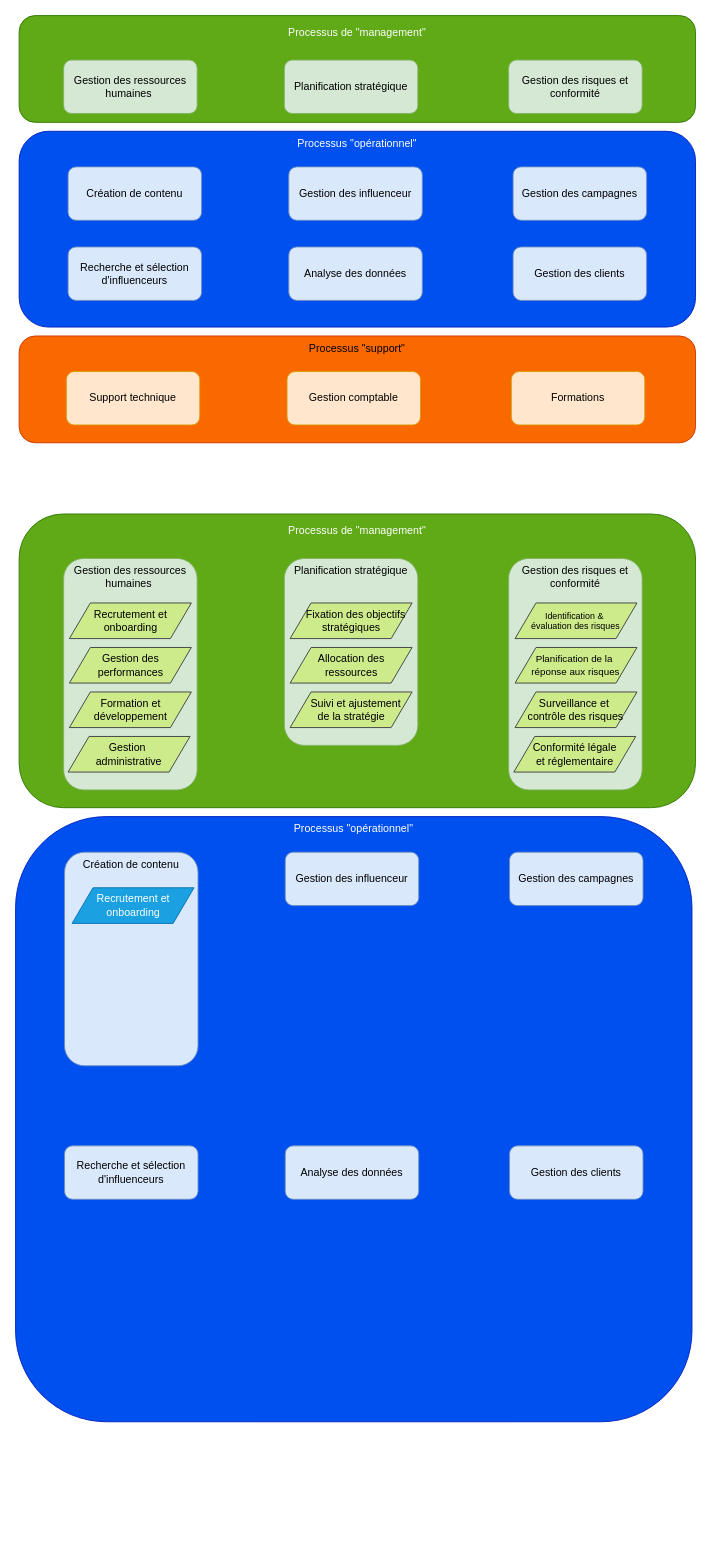
This is Diagramme sans nom.drawio from yheguy/POEC, a draw.io file, before an edit. Source tidied: cells renumbered, new cells numbered last; positions are measured from the earlier drawing's top-left corner, leaving out a move shared by most shapes. Both pictures are drawn from the tidied source at 89%, with x=0, y=0 at pixel (15, 15).
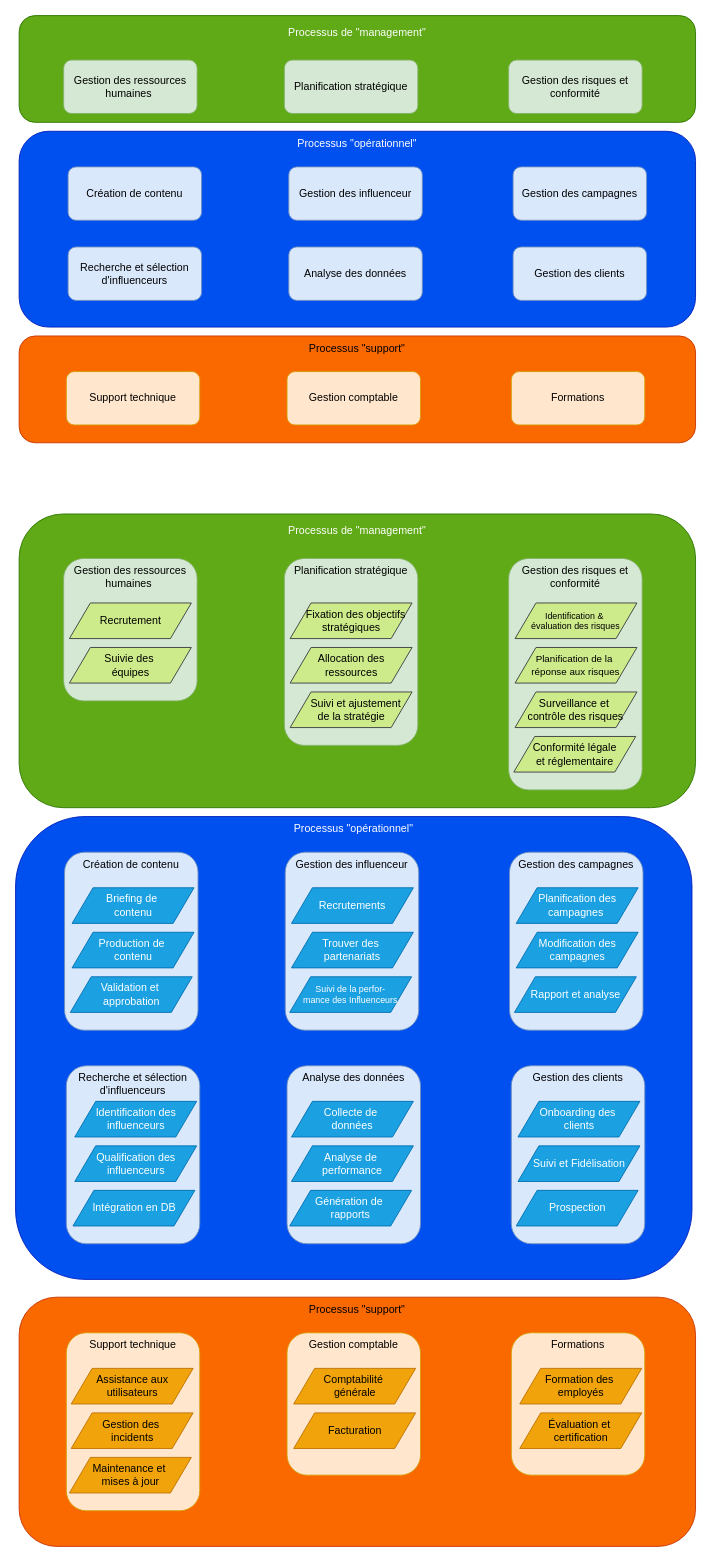
The same diagram, later.

Commit message:
Mettre à jour Diagramme sans nom.drawio

Change to the diagram source:
```diff
@@
     <mxCell id="18" value="Gestion des ressources humaines&amp;nbsp;" style="rounded=1;whiteSpace=wrap;html=1;fillColor=#d5e8d4;strokeColor=#82b366;verticalAlign=top;" parent="1" vertex="1">
-      <mxGeometry x="54" y="610" width="150" height="260" as="geometry" />
+      <mxGeometry x="54" y="610" width="150" height="160" as="geometry" />
     </mxCell>
@@
-    <mxCell id="21" value="Recrutement et onboarding" style="shape=parallelogram;perimeter=parallelogramPerimeter;whiteSpace=wrap;html=1;fixedSize=1;size=23.5;fillColor=#cdeb8b;strokeColor=#36393d;" parent="1" vertex="1">
+    <mxCell id="21" value="Recrutement" style="shape=parallelogram;perimeter=parallelogramPerimeter;whiteSpace=wrap;html=1;fixedSize=1;size=23.5;fillColor=#cdeb8b;strokeColor=#36393d;" parent="1" vertex="1">
       <mxGeometry x="60.5" y="660" width="137" height="40" as="geometry" />
     </mxCell>
-    <mxCell id="22" value="Gestion des performances" style="shape=parallelogram;perimeter=parallelogramPerimeter;whiteSpace=wrap;html=1;fixedSize=1;size=23.5;fillColor=#cdeb8b;strokeColor=#36393d;" parent="1" vertex="1">
+    <mxCell id="22" value="Suivie des&amp;nbsp;&lt;div&gt;équipes&lt;/div&gt;" style="shape=parallelogram;perimeter=parallelogramPerimeter;whiteSpace=wrap;html=1;fixedSize=1;size=23.5;fillColor=#cdeb8b;strokeColor=#36393d;" parent="1" vertex="1">
       <mxGeometry x="60.5" y="710" width="137" height="40" as="geometry" />
     </mxCell>
-    <mxCell id="23" value="Formation et développement" style="shape=parallelogram;perimeter=parallelogramPerimeter;whiteSpace=wrap;html=1;fixedSize=1;size=23.5;fillColor=#cdeb8b;strokeColor=#36393d;" parent="1" vertex="1">
-      <mxGeometry x="60.5" y="760" width="137" height="40" as="geometry" />
-    </mxCell>
-    <mxCell id="24" value="Gestion&amp;nbsp;&lt;div&gt;administrative&lt;/div&gt;" style="shape=parallelogram;perimeter=parallelogramPerimeter;whiteSpace=wrap;html=1;fixedSize=1;size=23.5;fillColor=#cdeb8b;strokeColor=#36393d;" parent="1" vertex="1">
-      <mxGeometry x="59" y="810" width="137" height="40" as="geometry" />
-    </mxCell>
@@
     <mxCell id="32" value="Processus &quot;opérationnel&quot;" style="rounded=1;whiteSpace=wrap;html=1;fillColor=#0050ef;fontColor=#ffffff;strokeColor=#001DBC;verticalAlign=top;" parent="1" vertex="1">
-      <mxGeometry y="900" width="760" height="680" as="geometry" />
+      <mxGeometry y="900" width="760" height="520" as="geometry" />
     </mxCell>
     <mxCell id="33" value="Création de contenu" style="rounded=1;whiteSpace=wrap;html=1;fillColor=#dae8fc;strokeColor=#6c8ebf;verticalAlign=top;" parent="1" vertex="1">
-      <mxGeometry x="55" y="940" width="150" height="240" as="geometry" />
+      <mxGeometry x="55" y="940" width="150" height="200" as="geometry" />
     </mxCell>
-    <mxCell id="34" value="Gestion des influenceur" style="rounded=1;whiteSpace=wrap;html=1;fillColor=#dae8fc;strokeColor=#6c8ebf;" parent="1" vertex="1">
-      <mxGeometry x="303" y="940" width="150" height="60" as="geometry" />
+    <mxCell id="34" value="Gestion des influenceur" style="rounded=1;whiteSpace=wrap;html=1;fillColor=#dae8fc;strokeColor=#6c8ebf;verticalAlign=top;" parent="1" vertex="1">
+      <mxGeometry x="303" y="940" width="150" height="200" as="geometry" />
     </mxCell>
-    <mxCell id="35" value="Gestion des campagnes" style="rounded=1;whiteSpace=wrap;html=1;fillColor=#dae8fc;strokeColor=#6c8ebf;" parent="1" vertex="1">
-      <mxGeometry x="555" y="940" width="150" height="60" as="geometry" />
+    <mxCell id="35" value="Gestion des campagnes" style="rounded=1;whiteSpace=wrap;html=1;fillColor=#dae8fc;strokeColor=#6c8ebf;verticalAlign=top;" parent="1" vertex="1">
+      <mxGeometry x="555" y="940" width="150" height="200" as="geometry" />
     </mxCell>
-    <mxCell id="36" value="Recherche et sélection d'influenceurs" style="rounded=1;whiteSpace=wrap;html=1;fillColor=#dae8fc;strokeColor=#6c8ebf;" parent="1" vertex="1">
-      <mxGeometry x="55" y="1270" width="150" height="60" as="geometry" />
+    <mxCell id="36" value="Recherche et sélection d'influenceurs" style="rounded=1;whiteSpace=wrap;html=1;fillColor=#dae8fc;strokeColor=#6c8ebf;verticalAlign=top;" parent="1" vertex="1">
+      <mxGeometry x="57" y="1180" width="150" height="200" as="geometry" />
     </mxCell>
-    <mxCell id="37" value="Analyse des données" style="rounded=1;whiteSpace=wrap;html=1;fillColor=#dae8fc;strokeColor=#6c8ebf;" parent="1" vertex="1">
-      <mxGeometry x="303" y="1270" width="150" height="60" as="geometry" />
+    <mxCell id="37" value="Analyse des données" style="rounded=1;whiteSpace=wrap;html=1;fillColor=#dae8fc;strokeColor=#6c8ebf;verticalAlign=top;" parent="1" vertex="1">
+      <mxGeometry x="305" y="1180" width="150" height="200" as="geometry" />
     </mxCell>
-    <mxCell id="38" value="Gestion des clients" style="rounded=1;whiteSpace=wrap;html=1;fillColor=#dae8fc;strokeColor=#6c8ebf;" parent="1" vertex="1">
-      <mxGeometry x="555" y="1270" width="150" height="60" as="geometry" />
+    <mxCell id="38" value="Gestion des clients" style="rounded=1;whiteSpace=wrap;html=1;fillColor=#dae8fc;strokeColor=#6c8ebf;verticalAlign=top;" parent="1" vertex="1">
+      <mxGeometry x="557" y="1180" width="150" height="200" as="geometry" />
     </mxCell>
-    <mxCell id="39" value="Recrutement et onboarding" style="shape=parallelogram;perimeter=parallelogramPerimeter;whiteSpace=wrap;html=1;fixedSize=1;size=23.5;fillColor=#1ba1e2;strokeColor=#006EAF;fontColor=#ffffff;" parent="1" vertex="1">
+    <mxCell id="39" value="Briefing de&amp;nbsp;&lt;div&gt;contenu&lt;/div&gt;" style="shape=parallelogram;perimeter=parallelogramPerimeter;whiteSpace=wrap;html=1;fixedSize=1;size=23.5;fillColor=#1ba1e2;strokeColor=#006EAF;fontColor=#ffffff;" parent="1" vertex="1">
       <mxGeometry x="63.5" y="980" width="137" height="40" as="geometry" />
     </mxCell>
+    <mxCell id="40" value="Production de&amp;nbsp;&lt;div&gt;contenu&lt;br&gt;&lt;/div&gt;" style="shape=parallelogram;perimeter=parallelogramPerimeter;whiteSpace=wrap;html=1;fixedSize=1;size=23.5;fillColor=#1ba1e2;strokeColor=#006EAF;fontColor=#ffffff;" parent="1" vertex="1">
+      <mxGeometry x="63.5" y="1030" width="137" height="40" as="geometry" />
+    </mxCell>
+    <mxCell id="41" value="Validation et&amp;nbsp;&lt;div&gt;approbation&lt;br&gt;&lt;/div&gt;" style="shape=parallelogram;perimeter=parallelogramPerimeter;whiteSpace=wrap;html=1;fixedSize=1;size=23.5;fillColor=#1ba1e2;strokeColor=#006EAF;fontColor=#ffffff;" parent="1" vertex="1">
+      <mxGeometry x="61.5" y="1080" width="137" height="40" as="geometry" />
+    </mxCell>
+    <mxCell id="42" style="edgeStyle=orthogonalEdgeStyle;rounded=0;orthogonalLoop=1;jettySize=auto;html=1;exitX=0.5;exitY=1;exitDx=0;exitDy=0;" parent="1" edge="1" source="33" target="33">
+      <mxGeometry relative="1" as="geometry" />
+    </mxCell>
+    <mxCell id="43" value="Recrutements" style="shape=parallelogram;perimeter=parallelogramPerimeter;whiteSpace=wrap;html=1;fixedSize=1;size=23.5;fillColor=#1ba1e2;strokeColor=#006EAF;fontColor=#ffffff;" parent="1" vertex="1">
+      <mxGeometry x="310" y="980" width="137" height="40" as="geometry" />
+    </mxCell>
+    <mxCell id="44" value="&lt;div&gt;Trouver des&amp;nbsp;&lt;/div&gt;&lt;div&gt;partenariats&lt;/div&gt;" style="shape=parallelogram;perimeter=parallelogramPerimeter;whiteSpace=wrap;html=1;fixedSize=1;size=23.5;fillColor=#1ba1e2;strokeColor=#006EAF;fontColor=#ffffff;" parent="1" vertex="1">
+      <mxGeometry x="310" y="1030" width="137" height="40" as="geometry" />
+    </mxCell>
+    <mxCell id="45" value="&lt;div style=&quot;font-size: 10px;&quot;&gt;Suivi de la&amp;nbsp;&lt;span style=&quot;background-color: initial; font-size: 10px;&quot;&gt;perfor-&lt;/span&gt;&lt;/div&gt;&lt;div style=&quot;font-size: 10px;&quot;&gt;&lt;span style=&quot;background-color: initial; font-size: 10px;&quot;&gt;mance des Influenceurs&lt;/span&gt;&lt;/div&gt;" style="shape=parallelogram;perimeter=parallelogramPerimeter;whiteSpace=wrap;html=1;fixedSize=1;size=23.5;fillColor=#1ba1e2;strokeColor=#006EAF;fontColor=#ffffff;fontSize=10;" parent="1" vertex="1">
+      <mxGeometry x="308" y="1080" width="137" height="40" as="geometry" />
+    </mxCell>
+    <mxCell id="46" value="Planification des campagnes&amp;nbsp;" style="shape=parallelogram;perimeter=parallelogramPerimeter;whiteSpace=wrap;html=1;fixedSize=1;size=23.5;fillColor=#1ba1e2;strokeColor=#006EAF;fontColor=#ffffff;" parent="1" vertex="1">
+      <mxGeometry x="562.5" y="980" width="137" height="40" as="geometry" />
+    </mxCell>
+    <mxCell id="47" value="&lt;div&gt;Modification des campagnes&lt;/div&gt;" style="shape=parallelogram;perimeter=parallelogramPerimeter;whiteSpace=wrap;html=1;fixedSize=1;size=23.5;fillColor=#1ba1e2;strokeColor=#006EAF;fontColor=#ffffff;" parent="1" vertex="1">
+      <mxGeometry x="562.5" y="1030" width="137" height="40" as="geometry" />
+    </mxCell>
+    <mxCell id="48" value="&lt;div&gt;Rapport et analyse&lt;br&gt;&lt;/div&gt;" style="shape=parallelogram;perimeter=parallelogramPerimeter;whiteSpace=wrap;html=1;fixedSize=1;size=23.5;fillColor=#1ba1e2;strokeColor=#006EAF;fontColor=#ffffff;" parent="1" vertex="1">
+      <mxGeometry x="560.5" y="1080" width="137" height="40" as="geometry" />
+    </mxCell>
+    <mxCell id="49" value="Identification des influenceurs" style="shape=parallelogram;perimeter=parallelogramPerimeter;whiteSpace=wrap;html=1;fixedSize=1;size=23.5;fillColor=#1ba1e2;strokeColor=#006EAF;fontColor=#ffffff;" parent="1" vertex="1">
+      <mxGeometry x="66.5" y="1220" width="137" height="40" as="geometry" />
+    </mxCell>
+    <mxCell id="50" value="&lt;div&gt;Qualification des influenceurs&lt;br&gt;&lt;/div&gt;" style="shape=parallelogram;perimeter=parallelogramPerimeter;whiteSpace=wrap;html=1;fixedSize=1;size=23.5;fillColor=#1ba1e2;strokeColor=#006EAF;fontColor=#ffffff;" parent="1" vertex="1">
+      <mxGeometry x="66.5" y="1270" width="137" height="40" as="geometry" />
+    </mxCell>
+    <mxCell id="51" value="&lt;div&gt;Intégration en DB&lt;/div&gt;" style="shape=parallelogram;perimeter=parallelogramPerimeter;whiteSpace=wrap;html=1;fixedSize=1;size=23.5;fillColor=#1ba1e2;strokeColor=#006EAF;fontColor=#ffffff;" parent="1" vertex="1">
+      <mxGeometry x="64.5" y="1320" width="137" height="40" as="geometry" />
+    </mxCell>
+    <mxCell id="52" value="Collecte de&amp;nbsp;&lt;div&gt;données&lt;br&gt;&lt;/div&gt;" style="shape=parallelogram;perimeter=parallelogramPerimeter;whiteSpace=wrap;html=1;fixedSize=1;size=23.5;fillColor=#1ba1e2;strokeColor=#006EAF;fontColor=#ffffff;" parent="1" vertex="1">
+      <mxGeometry x="310" y="1220" width="137" height="40" as="geometry" />
+    </mxCell>
+    <mxCell id="53" value="&lt;div&gt;Analyse de&amp;nbsp;&lt;/div&gt;&lt;div&gt;performance&lt;br&gt;&lt;/div&gt;" style="shape=parallelogram;perimeter=parallelogramPerimeter;whiteSpace=wrap;html=1;fixedSize=1;size=23.5;fillColor=#1ba1e2;strokeColor=#006EAF;fontColor=#ffffff;" parent="1" vertex="1">
+      <mxGeometry x="310" y="1270" width="137" height="40" as="geometry" />
+    </mxCell>
+    <mxCell id="54" value="&lt;div&gt;Génération de&amp;nbsp;&lt;/div&gt;&lt;div&gt;rapports&lt;br&gt;&lt;/div&gt;" style="shape=parallelogram;perimeter=parallelogramPerimeter;whiteSpace=wrap;html=1;fixedSize=1;size=23.5;fillColor=#1ba1e2;strokeColor=#006EAF;fontColor=#ffffff;" parent="1" vertex="1">
+      <mxGeometry x="308" y="1320" width="137" height="40" as="geometry" />
+    </mxCell>
+    <mxCell id="55" value="Onboarding des&amp;nbsp;&lt;div&gt;clients&lt;br&gt;&lt;/div&gt;" style="shape=parallelogram;perimeter=parallelogramPerimeter;whiteSpace=wrap;html=1;fixedSize=1;size=23.5;fillColor=#1ba1e2;strokeColor=#006EAF;fontColor=#ffffff;" parent="1" vertex="1">
+      <mxGeometry x="564.5" y="1220" width="137" height="40" as="geometry" />
+    </mxCell>
+    <mxCell id="56" value="&lt;div&gt;Suivi et Fidélisation&lt;br&gt;&lt;/div&gt;" style="shape=parallelogram;perimeter=parallelogramPerimeter;whiteSpace=wrap;html=1;fixedSize=1;size=23.5;fillColor=#1ba1e2;strokeColor=#006EAF;fontColor=#ffffff;" parent="1" vertex="1">
+      <mxGeometry x="564.5" y="1270" width="137" height="40" as="geometry" />
+    </mxCell>
+    <mxCell id="57" value="&lt;div&gt;Prospection&lt;/div&gt;" style="shape=parallelogram;perimeter=parallelogramPerimeter;whiteSpace=wrap;html=1;fixedSize=1;size=23.5;fillColor=#1ba1e2;strokeColor=#006EAF;fontColor=#ffffff;" parent="1" vertex="1">
+      <mxGeometry x="562.5" y="1320" width="137" height="40" as="geometry" />
+    </mxCell>
+    <mxCell id="58" value="Processus &quot;support&quot;" style="rounded=1;whiteSpace=wrap;html=1;fillColor=#fa6800;fontColor=#000000;strokeColor=#C73500;verticalAlign=top;" parent="1" vertex="1">
+      <mxGeometry x="4" y="1440" width="760" height="280" as="geometry" />
+    </mxCell>
+    <mxCell id="59" value="Support technique" style="rounded=1;whiteSpace=wrap;html=1;fillColor=#ffe6cc;strokeColor=#d79b00;verticalAlign=top;" parent="1" vertex="1">
+      <mxGeometry x="57" y="1480" width="150" height="200" as="geometry" />
+    </mxCell>
+    <mxCell id="60" value="Gestion comptable" style="rounded=1;whiteSpace=wrap;html=1;fillColor=#ffe6cc;strokeColor=#d79b00;verticalAlign=top;" parent="1" vertex="1">
+      <mxGeometry x="305" y="1480" width="150" height="160" as="geometry" />
+    </mxCell>
+    <mxCell id="61" value="Formations" style="rounded=1;whiteSpace=wrap;html=1;fillColor=#ffe6cc;strokeColor=#d79b00;verticalAlign=top;" parent="1" vertex="1">
+      <mxGeometry x="557" y="1480" width="150" height="160" as="geometry" />
+    </mxCell>
+    <mxCell id="62" value="Assistance aux utilisateurs" style="shape=parallelogram;perimeter=parallelogramPerimeter;whiteSpace=wrap;html=1;fixedSize=1;size=23.5;fillColor=#f0a30a;strokeColor=#BD7000;fontColor=#000000;" parent="1" vertex="1">
+      <mxGeometry x="62.5" y="1520" width="137" height="40" as="geometry" />
+    </mxCell>
+    <mxCell id="63" value="&lt;div&gt;Gestion des&amp;nbsp;&lt;/div&gt;&lt;div&gt;incidents&lt;br&gt;&lt;/div&gt;" style="shape=parallelogram;perimeter=parallelogramPerimeter;whiteSpace=wrap;html=1;fixedSize=1;size=23.5;fillColor=#f0a30a;strokeColor=#BD7000;fontColor=#000000;" parent="1" vertex="1">
+      <mxGeometry x="62.5" y="1570" width="137" height="40" as="geometry" />
+    </mxCell>
+    <mxCell id="64" value="&lt;div&gt;Maintenance et&amp;nbsp;&lt;/div&gt;&lt;div&gt;mises à jour&lt;/div&gt;" style="shape=parallelogram;perimeter=parallelogramPerimeter;whiteSpace=wrap;html=1;fixedSize=1;size=23.5;fillColor=#f0a30a;strokeColor=#BD7000;fontColor=#000000;" parent="1" vertex="1">
+      <mxGeometry x="60.5" y="1620" width="137" height="40" as="geometry" />
+    </mxCell>
+    <mxCell id="65" value="Comptabilité&amp;nbsp;&lt;div&gt;générale&lt;/div&gt;" style="shape=parallelogram;perimeter=parallelogramPerimeter;whiteSpace=wrap;html=1;fixedSize=1;size=23.5;fillColor=#f0a30a;strokeColor=#BD7000;fontColor=#000000;" parent="1" vertex="1">
+      <mxGeometry x="312.5" y="1520" width="137" height="40" as="geometry" />
+    </mxCell>
+    <mxCell id="66" value="&lt;div&gt;&lt;span style=&quot;background-color: initial;&quot;&gt;Facturation&lt;/span&gt;&lt;br&gt;&lt;/div&gt;" style="shape=parallelogram;perimeter=parallelogramPerimeter;whiteSpace=wrap;html=1;fixedSize=1;size=23.5;fillColor=#f0a30a;strokeColor=#BD7000;fontColor=#000000;" parent="1" vertex="1">
+      <mxGeometry x="312.5" y="1570" width="137" height="40" as="geometry" />
+    </mxCell>
+    <mxCell id="67" value="Formation des&amp;nbsp;&lt;div&gt;employés&lt;/div&gt;" style="shape=parallelogram;perimeter=parallelogramPerimeter;whiteSpace=wrap;html=1;fixedSize=1;size=23.5;fillColor=#f0a30a;strokeColor=#BD7000;fontColor=#000000;" parent="1" vertex="1">
+      <mxGeometry x="566.5" y="1520" width="137" height="40" as="geometry" />
+    </mxCell>
+    <mxCell id="68" value="Évaluation et&amp;nbsp;&lt;div&gt;certification&lt;/div&gt;" style="shape=parallelogram;perimeter=parallelogramPerimeter;whiteSpace=wrap;html=1;fixedSize=1;size=23.5;fillColor=#f0a30a;strokeColor=#BD7000;fontColor=#000000;" parent="1" vertex="1">
+      <mxGeometry x="566.5" y="1570" width="137" height="40" as="geometry" />
+    </mxCell>
```
